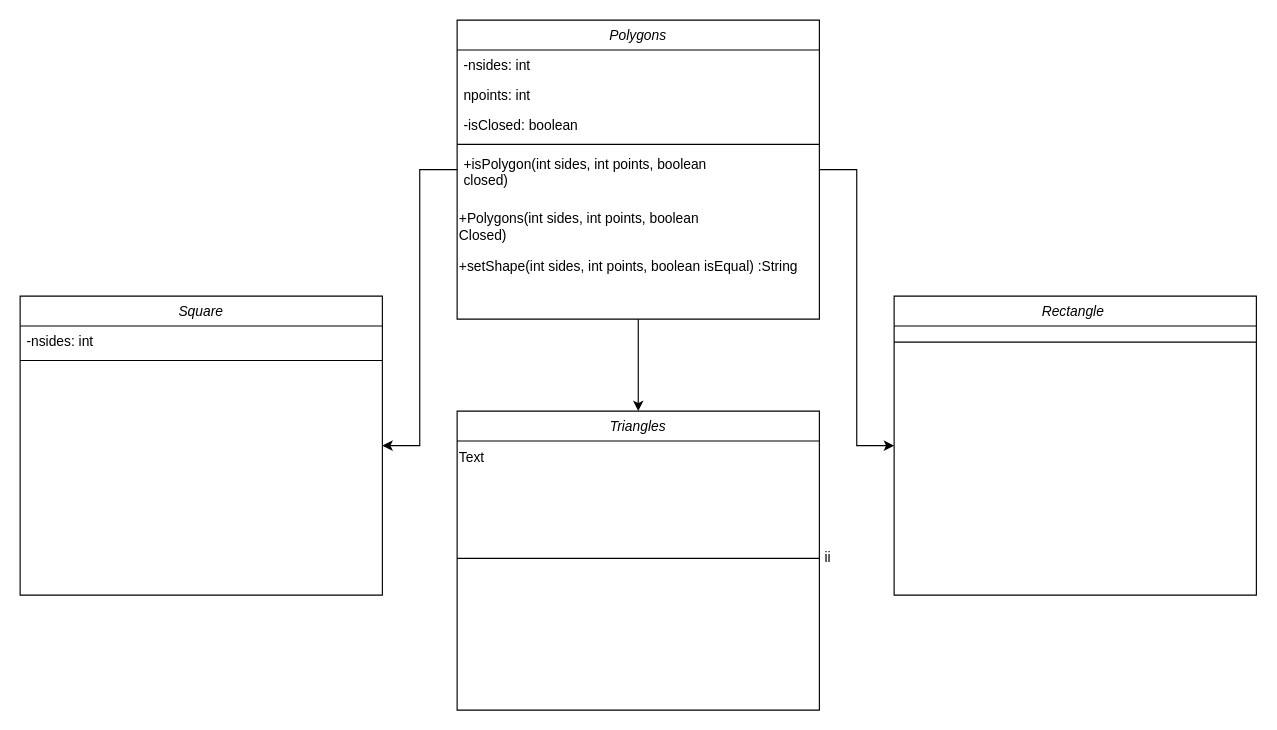
Before: Untitled Diagram.drawio in themonster12211/themonster12211, a draw.io diagram. Source tidied: cells renumbered, new cells numbered last; positions are measured from the earlier drawing's top-left corner, leaving out a move shared by most shapes. Both pictures are drawn from the tidied source at 115%, with x=0, y=0 at pixel (20, 20).
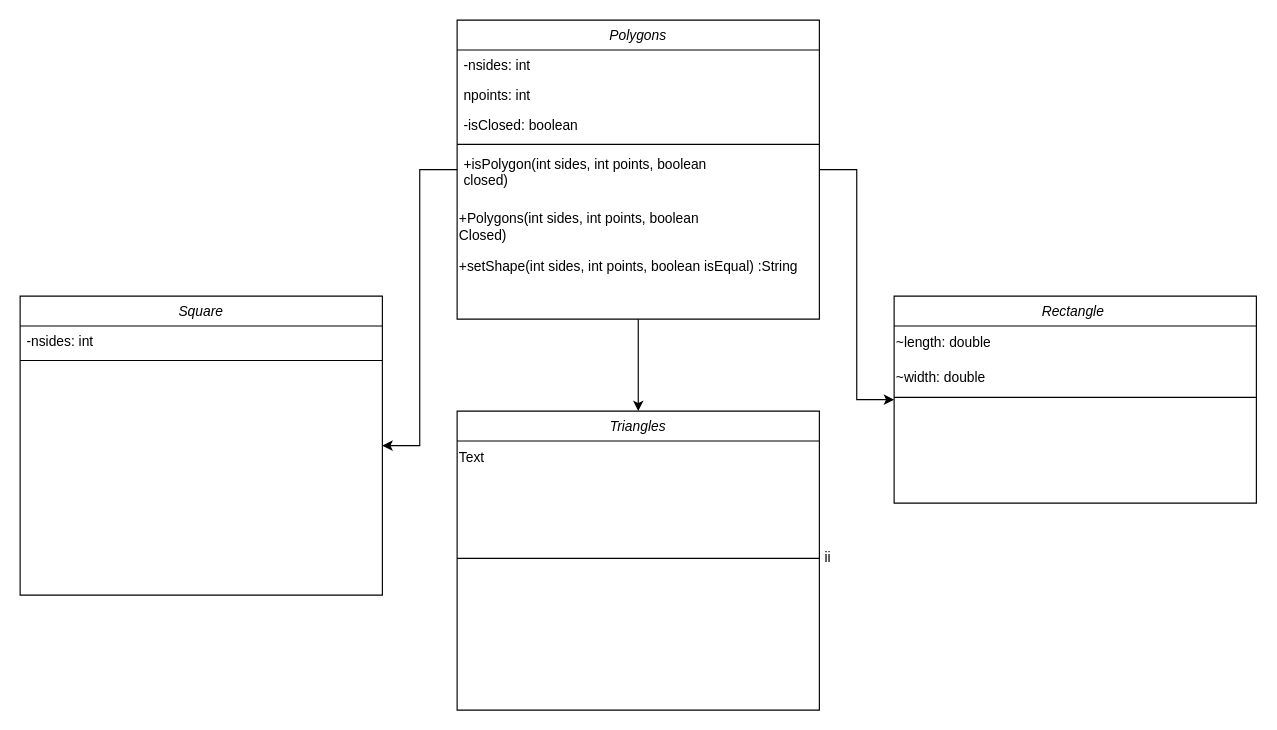
The same diagram, later.

The edit, as a diff of the source:
```diff
@@
     <mxCell id="13" value="Rectangle " style="swimlane;fontStyle=2;align=center;verticalAlign=top;horizontal=1;startSize=26;rounded=0;shadow=0;strokeWidth=1;" parent="1" vertex="1">
-      <mxGeometry x="760" y="240" width="315" height="260" as="geometry" />
+      <mxGeometry x="760" y="240" width="315" height="180" as="geometry" />
     </mxCell>
-    <mxCell id="14" value="&lt;div style=&quot;&quot;&gt;&lt;/div&gt;" style="text;html=1;align=left;verticalAlign=middle;strokeColor=none;fillColor=none;" parent="13" vertex="1">
-      <mxGeometry y="26" width="315" height="10" as="geometry" />
+    <mxCell id="14" value="~length: double&amp;nbsp;&lt;br&gt;&lt;div style=&quot;&quot;&gt;&lt;/div&gt;" style="text;html=1;align=left;verticalAlign=middle;strokeColor=none;fillColor=none;" parent="13" vertex="1">
+      <mxGeometry y="26" width="315" height="30" as="geometry" />
     </mxCell>
+    <mxCell id="24" value="~width: double" style="text;html=1;align=left;verticalAlign=middle;strokeColor=none;fillColor=none;" parent="13" vertex="1">
+      <mxGeometry y="56" width="315" height="30" as="geometry" />
+    </mxCell>
     <mxCell id="15" style="line;html=1;strokeWidth=1;align=left;verticalAlign=middle;spacingTop=-1;spacingLeft=3;spacingRight=3;labelPosition=right;" parent="13" vertex="1">
-      <mxGeometry y="36" width="315" height="8" as="geometry" />
+      <mxGeometry y="86" width="315" height="4" as="geometry" />
     </mxCell>
```
